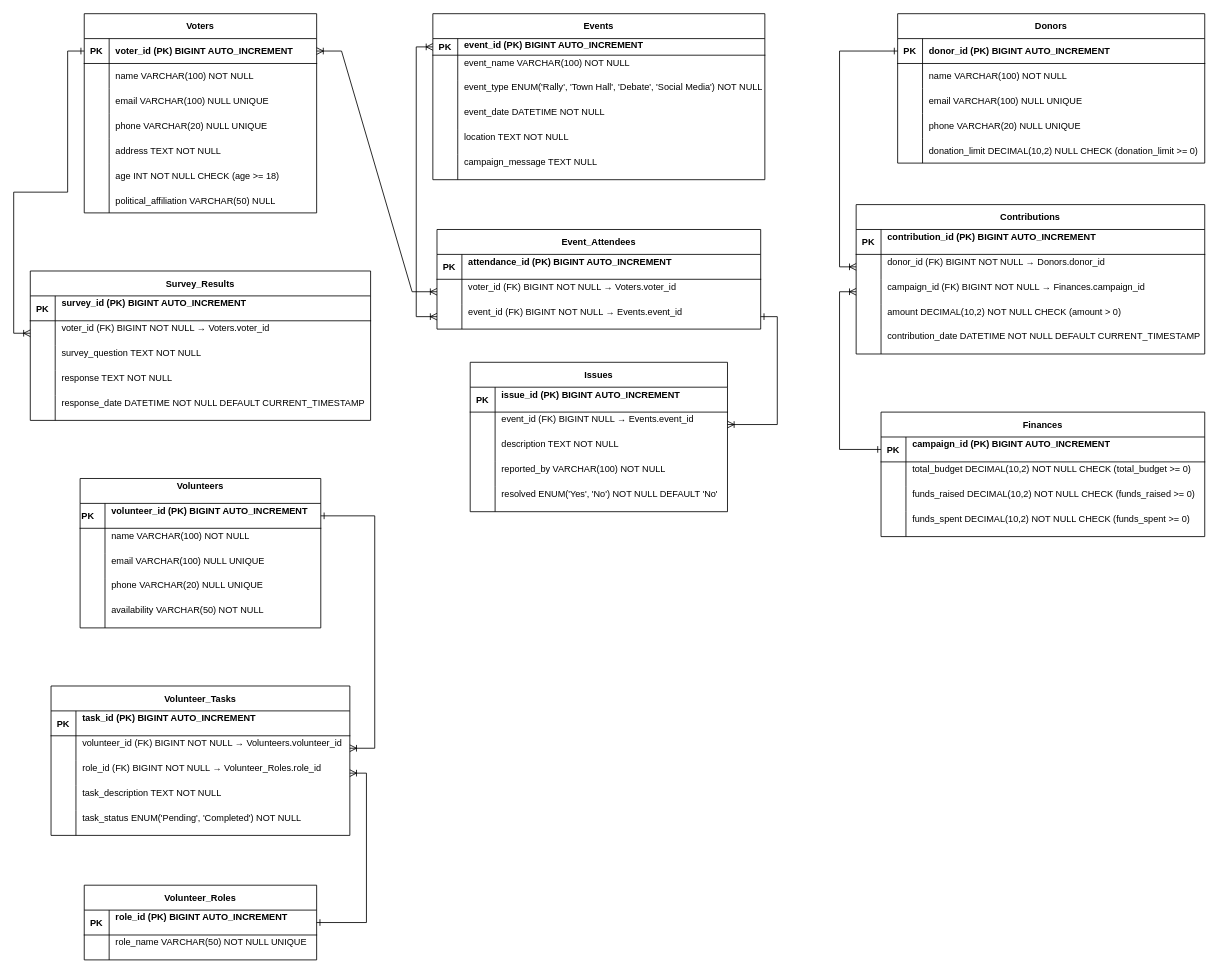
Before: Untitled Diagram.drawio in SergejusSG/git-demo1, a draw.io diagram. Source tidied: cells renumbered, new cells numbered last; positions are measured from the earlier drawing's top-left corner, leaving out a move shared by most shapes. Both pictures are drawn from the tidied source at 83%, with x=0, y=0 at pixel (13, 13).
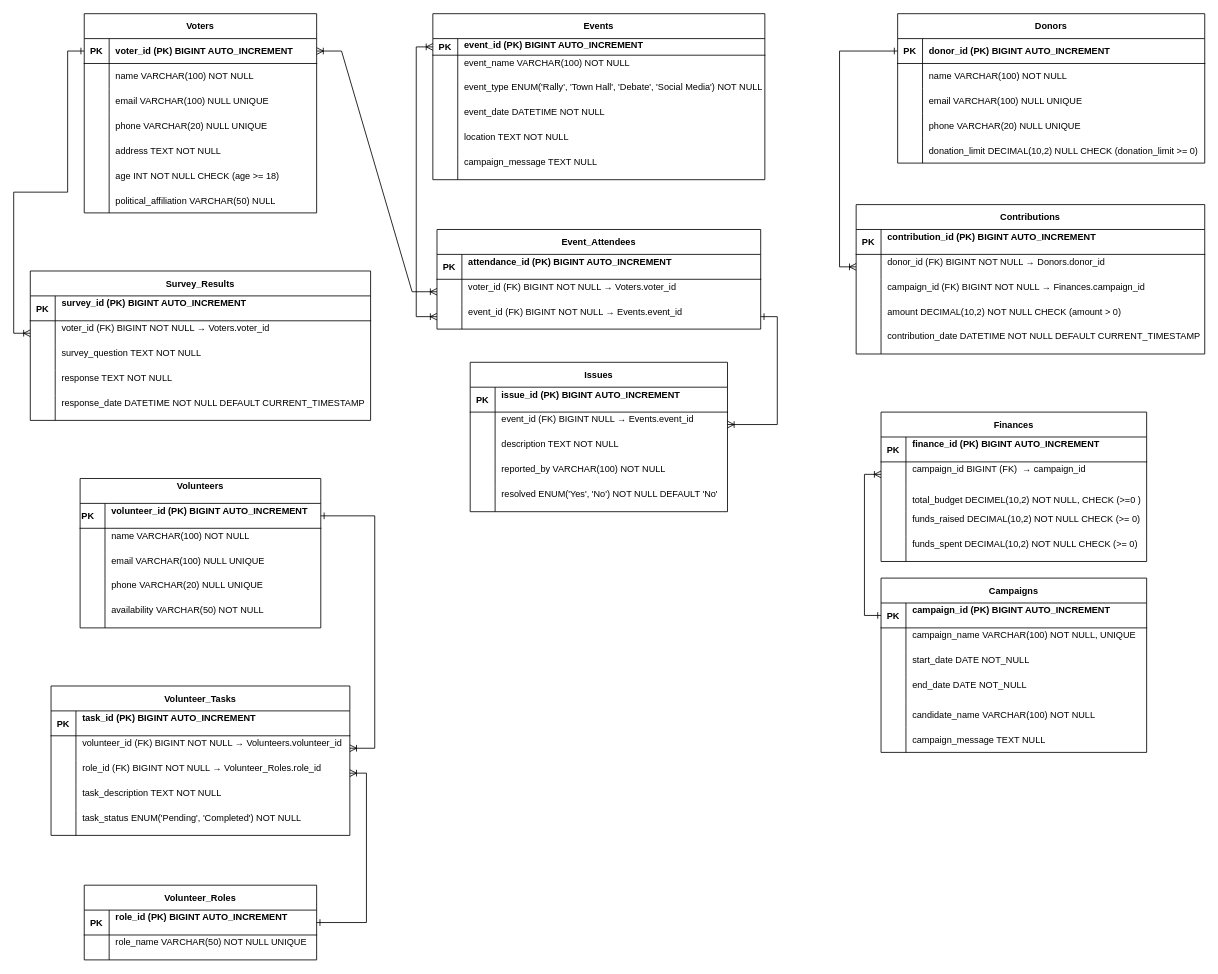
After the change.

Unchanged cells that the change refers to:
```xml
<mxCell id="47" style="shape=partialRectangle;fillColor=none;points=[[0,0.5],[1,0.5]];portConstraint=eastwest;top=0;left=0;right=0;bottom=0;fontSize=11;" parent="40" vertex="1">
  <mxGeometry y="90" width="420" height="30" as="geometry" />
</mxCell>
```

Diff of the diagram source:
```diff
@@
     <mxCell id="79" value="Finances" style="shape=table;startSize=30;childLayout=tableLayout;rowLines=0;fontStyle=1;align=center;fontSize=11;" parent="1" vertex="1">
-      <mxGeometry x="1045" y="480" width="390" height="150" as="geometry" />
+      <mxGeometry x="1045" y="480" width="320" height="180" as="geometry" />
     </mxCell>
     <mxCell id="80" style="shape=partialRectangle;fillColor=none;points=[[0,0.5],[1,0.5]];portConstraint=eastwest;top=0;left=0;right=0;bottom=1;fontSize=11;" parent="79" vertex="1">
-      <mxGeometry y="30" width="390" height="30" as="geometry" />
+      <mxGeometry y="30" width="320" height="30" as="geometry" />
     </mxCell>
@@
-    <mxCell id="82" value="campaign_id (PK) BIGINT AUTO_INCREMENT&#10;" style="shape=partialRectangle;overflow=hidden;fillColor=none;top=0;left=0;bottom=0;right=0;align=left;spacingLeft=6;fontStyle=1;fontSize=11;" parent="80" vertex="1">
-      <mxGeometry x="30" width="360" height="30" as="geometry" />
+    <mxCell id="82" value="finance_id (PK) BIGINT AUTO_INCREMENT&#10;" style="shape=partialRectangle;overflow=hidden;fillColor=none;top=0;left=0;bottom=0;right=0;align=left;spacingLeft=6;fontStyle=1;fontSize=11;" parent="80" vertex="1">
+      <mxGeometry x="30" width="290" height="30" as="geometry" />
     </mxCell>
     <mxCell id="83" style="shape=partialRectangle;fillColor=none;points=[[0,0.5],[1,0.5]];portConstraint=eastwest;top=0;left=0;right=0;bottom=0;fontSize=11;" parent="79" vertex="1">
-      <mxGeometry y="60" width="390" height="30" as="geometry" />
+      <mxGeometry y="60" width="320" height="30" as="geometry" />
     </mxCell>
@@
-    <mxCell id="85" value="total_budget DECIMAL(10,2) NOT NULL CHECK (total_budget &gt;= 0)&#10;" style="shape=partialRectangle;overflow=hidden;fillColor=none;top=0;left=0;bottom=0;right=0;align=left;spacingLeft=6;fontSize=11;" parent="83" vertex="1">
-      <mxGeometry x="30" width="360" height="30" as="geometry" />
+    <mxCell id="85" value="campaign_id BIGINT (FK)  → campaign_id&#10;" style="shape=partialRectangle;overflow=hidden;fillColor=none;top=0;left=0;bottom=0;right=0;align=left;spacingLeft=6;fontSize=11;" parent="83" vertex="1">
+      <mxGeometry x="30" width="290" height="30" as="geometry" />
     </mxCell>
     <mxCell id="86" style="shape=partialRectangle;fillColor=none;top=0;left=0;right=0;bottom=0;fontSize=11;" parent="79" vertex="1">
-      <mxGeometry y="90" width="390" height="30" as="geometry" />
+      <mxGeometry y="90" width="320" height="30" as="geometry" />
     </mxCell>
@@
-    <mxCell id="88" value="funds_raised DECIMAL(10,2) NOT NULL CHECK (funds_raised &gt;= 0)&#10;" style="shape=partialRectangle;overflow=hidden;fillColor=none;top=0;left=0;bottom=0;right=0;align=left;spacingLeft=6;fontSize=11;" parent="86" vertex="1">
-      <mxGeometry x="30" width="360" height="30" as="geometry" />
+    <mxCell id="88" value="total_budget DECIMEL(10,2) NOT NULL, CHECK (&gt;=0 )" style="shape=partialRectangle;overflow=hidden;fillColor=none;top=0;left=0;bottom=0;right=0;align=left;spacingLeft=6;fontSize=11;" parent="86" vertex="1">
+      <mxGeometry x="30" width="290" height="30" as="geometry" />
     </mxCell>
     <mxCell id="89" style="shape=partialRectangle;fillColor=none;top=0;left=0;right=0;bottom=0;fontSize=11;" parent="79" vertex="1">
-      <mxGeometry y="120" width="390" height="30" as="geometry" />
+      <mxGeometry y="120" width="320" height="30" as="geometry" />
     </mxCell>
@@
-    <mxCell id="91" value="funds_spent DECIMAL(10,2) NOT NULL CHECK (funds_spent &gt;= 0)&#10;" style="shape=partialRectangle;overflow=hidden;fillColor=none;top=0;left=0;bottom=0;right=0;align=left;spacingLeft=6;fontSize=11;" parent="89" vertex="1">
-      <mxGeometry x="30" width="360" height="30" as="geometry" />
+    <mxCell id="91" value="funds_raised DECIMAL(10,2) NOT NULL CHECK (&gt;= 0)&#10;" style="shape=partialRectangle;overflow=hidden;fillColor=none;top=0;left=0;bottom=0;right=0;align=left;spacingLeft=6;fontSize=11;" parent="89" vertex="1">
+      <mxGeometry x="30" width="290" height="30" as="geometry" />
     </mxCell>
+    <mxCell id="177" style="shape=partialRectangle;fillColor=none;top=0;left=0;right=0;bottom=0;fontSize=11;" parent="79" vertex="1">
+      <mxGeometry y="150" width="320" height="30" as="geometry" />
+    </mxCell>
+    <mxCell id="178" style="shape=partialRectangle;overflow=hidden;fillColor=none;top=0;left=0;bottom=0;right=0;fontSize=11;" parent="177" vertex="1">
+      <mxGeometry width="30" height="30" as="geometry" />
+    </mxCell>
+    <mxCell id="179" value="funds_spent DECIMAL(10,2) NOT NULL CHECK (&gt;= 0)&#10;" style="shape=partialRectangle;overflow=hidden;fillColor=none;top=0;left=0;bottom=0;right=0;align=left;spacingLeft=6;fontSize=11;" parent="177" vertex="1">
+      <mxGeometry x="30" width="290" height="30" as="geometry" />
+    </mxCell>
@@
-    <mxCell id="173" style="edgeStyle=orthogonalEdgeStyle;rounded=0;jettySize=auto;html=1;entryX=0;entryY=0.5;entryDx=0;entryDy=0;startArrow=ERoneToMany;startFill=0;endArrow=ERone;endFill=0;" parent="1" edge="1" source="47" target="80">
-      <mxGeometry relative="1" as="geometry">
-        <Array as="points">
-          <mxPoint x="995" y="335" />
-          <mxPoint x="995" y="525" />
-        </Array>
-      </mxGeometry>
-    </mxCell>
@@
+    <mxCell id="180" value="Campaigns" style="shape=table;startSize=30;childLayout=tableLayout;rowLines=0;fontStyle=1;align=center;fontSize=11;" parent="1" vertex="1">
+      <mxGeometry x="1045" y="680" width="320" height="210" as="geometry" />
+    </mxCell>
+    <mxCell id="181" style="shape=partialRectangle;fillColor=none;points=[[0,0.5],[1,0.5]];portConstraint=eastwest;top=0;left=0;right=0;bottom=1;fontSize=11;" parent="180" vertex="1">
+      <mxGeometry y="30" width="320" height="30" as="geometry" />
+    </mxCell>
+    <mxCell id="182" value="PK" style="shape=partialRectangle;overflow=hidden;fillColor=none;top=0;left=0;bottom=0;right=0;fontStyle=1;fontSize=11;" parent="181" vertex="1">
+      <mxGeometry width="30" height="30" as="geometry" />
+    </mxCell>
+    <mxCell id="183" value="campaign_id (PK) BIGINT AUTO_INCREMENT&#10;" style="shape=partialRectangle;overflow=hidden;fillColor=none;top=0;left=0;bottom=0;right=0;align=left;spacingLeft=6;fontStyle=1;fontSize=11;" parent="181" vertex="1">
+      <mxGeometry x="30" width="290" height="30" as="geometry" />
+    </mxCell>
+    <mxCell id="184" style="shape=partialRectangle;fillColor=none;top=0;left=0;right=0;bottom=0;fontSize=11;" parent="180" vertex="1">
+      <mxGeometry y="60" width="320" height="30" as="geometry" />
+    </mxCell>
+    <mxCell id="185" style="shape=partialRectangle;overflow=hidden;fillColor=none;top=0;left=0;bottom=0;right=0;fontSize=11;" parent="184" vertex="1">
+      <mxGeometry width="30" height="30" as="geometry" />
+    </mxCell>
+    <mxCell id="186" value="campaign_name VARCHAR(100) NOT NULL, UNIQUE&#10;" style="shape=partialRectangle;overflow=hidden;fillColor=none;top=0;left=0;bottom=0;right=0;align=left;spacingLeft=6;fontSize=11;" parent="184" vertex="1">
+      <mxGeometry x="30" width="290" height="30" as="geometry" />
+    </mxCell>
+    <mxCell id="187" style="shape=partialRectangle;fillColor=none;top=0;left=0;right=0;bottom=0;fontSize=11;" parent="180" vertex="1">
+      <mxGeometry y="90" width="320" height="30" as="geometry" />
+    </mxCell>
+    <mxCell id="188" style="shape=partialRectangle;overflow=hidden;fillColor=none;top=0;left=0;bottom=0;right=0;fontSize=11;" parent="187" vertex="1">
+      <mxGeometry width="30" height="30" as="geometry" />
+    </mxCell>
+    <mxCell id="189" value="start_date DATE NOT_NULL&#10;" style="shape=partialRectangle;overflow=hidden;fillColor=none;top=0;left=0;bottom=0;right=0;align=left;spacingLeft=6;fontSize=11;" parent="187" vertex="1">
+      <mxGeometry x="30" width="290" height="30" as="geometry" />
+    </mxCell>
+    <mxCell id="190" style="shape=partialRectangle;fillColor=none;top=0;left=0;right=0;bottom=0;fontSize=11;" parent="180" vertex="1">
+      <mxGeometry y="120" width="320" height="30" as="geometry" />
+    </mxCell>
+    <mxCell id="191" style="shape=partialRectangle;overflow=hidden;fillColor=none;top=0;left=0;bottom=0;right=0;fontSize=11;" parent="190" vertex="1">
+      <mxGeometry width="30" height="30" as="geometry" />
+    </mxCell>
+    <mxCell id="192" value="end_date DATE NOT_NULL&#10;" style="shape=partialRectangle;overflow=hidden;fillColor=none;top=0;left=0;bottom=0;right=0;align=left;spacingLeft=6;fontSize=11;" parent="190" vertex="1">
+      <mxGeometry x="30" width="290" height="30" as="geometry" />
+    </mxCell>
+    <mxCell id="193" style="shape=partialRectangle;fillColor=none;top=0;left=0;right=0;bottom=0;fontSize=11;" parent="180" vertex="1">
+      <mxGeometry y="150" width="320" height="30" as="geometry" />
+    </mxCell>
+    <mxCell id="194" style="shape=partialRectangle;overflow=hidden;fillColor=none;top=0;left=0;bottom=0;right=0;fontSize=11;" parent="193" vertex="1">
+      <mxGeometry width="30" height="30" as="geometry" />
+    </mxCell>
+    <mxCell id="195" value="candidate_name VARCHAR(100) NOT NULL" style="shape=partialRectangle;overflow=hidden;fillColor=none;top=0;left=0;bottom=0;right=0;align=left;spacingLeft=6;fontSize=11;" parent="193" vertex="1">
+      <mxGeometry x="30" width="290" height="30" as="geometry" />
+    </mxCell>
+    <mxCell id="196" style="shape=partialRectangle;fillColor=none;top=0;left=0;right=0;bottom=0;fontSize=11;" parent="180" vertex="1">
+      <mxGeometry y="180" width="320" height="30" as="geometry" />
+    </mxCell>
+    <mxCell id="197" style="shape=partialRectangle;overflow=hidden;fillColor=none;top=0;left=0;bottom=0;right=0;fontSize=11;" parent="196" vertex="1">
+      <mxGeometry width="30" height="30" as="geometry" />
+    </mxCell>
+    <mxCell id="198" value="campaign_message TEXT NULL" style="shape=partialRectangle;overflow=hidden;fillColor=none;top=0;left=0;bottom=0;right=0;align=left;spacingLeft=6;fontSize=11;" parent="196" vertex="1">
+      <mxGeometry x="30" width="290" height="30" as="geometry" />
+    </mxCell>
+    <mxCell id="199" style="edgeStyle=orthogonalEdgeStyle;rounded=0;jettySize=auto;html=1;exitX=0;exitY=0.5;exitDx=0;exitDy=0;entryX=0;entryY=0.5;entryDx=0;entryDy=0;startArrow=ERone;startFill=0;endArrow=ERoneToMany;endFill=0;" parent="1" edge="1" source="181" target="83">
+      <mxGeometry relative="1" as="geometry" />
+    </mxCell>
```
